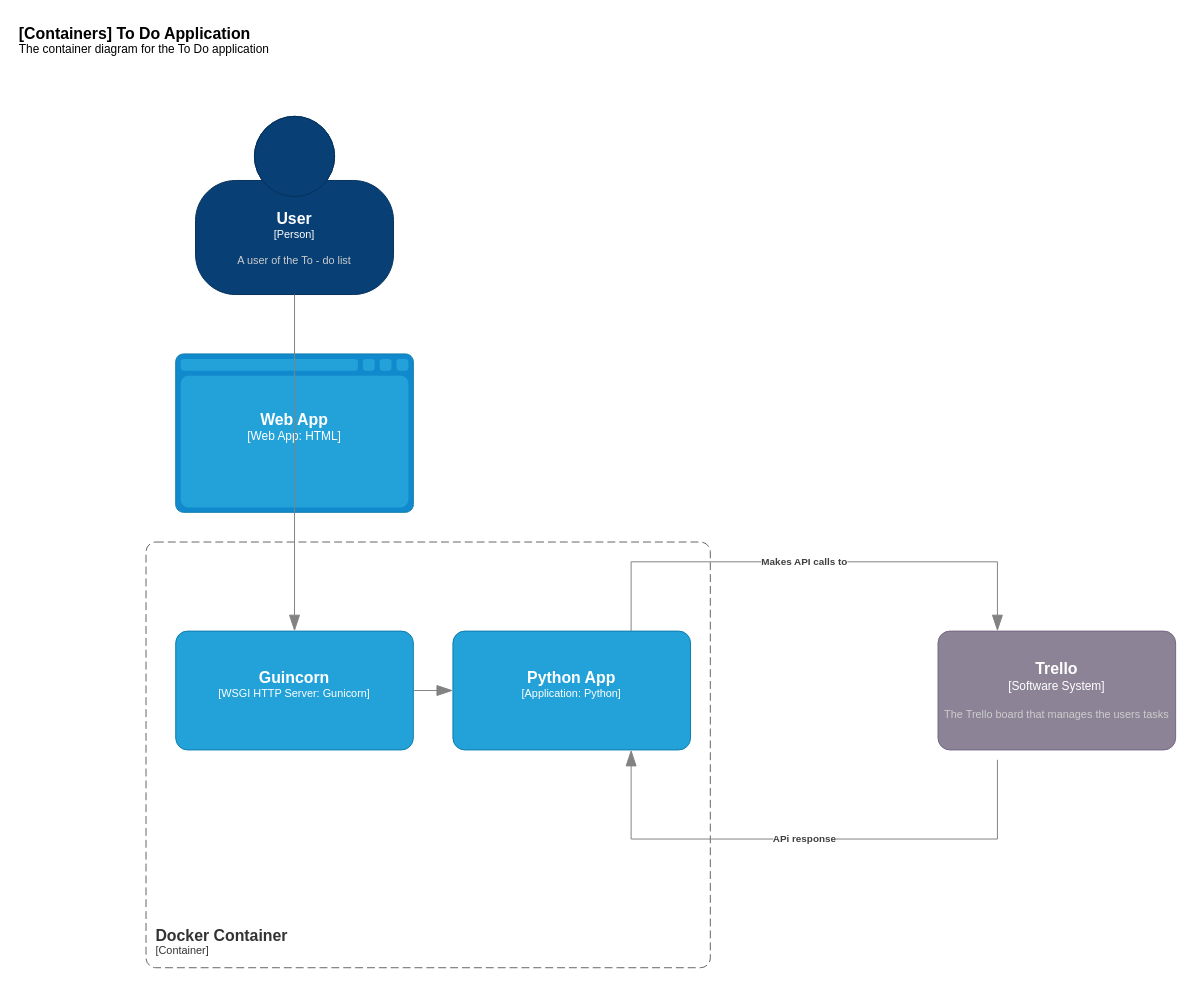
Before: page "Container Diagram" (2 of 3) of context_diagram.drawio in shaylipatel/DevOps-Course-Starter, a draw.io diagram. Source tidied: cells renumbered, new cells numbered last; positions are measured from the earlier drawing's top-left corner, leaving out a move shared by most shapes. Both pictures are drawn from the tidied source at 99%, with x=0, y=0 at pixel (17, 17).
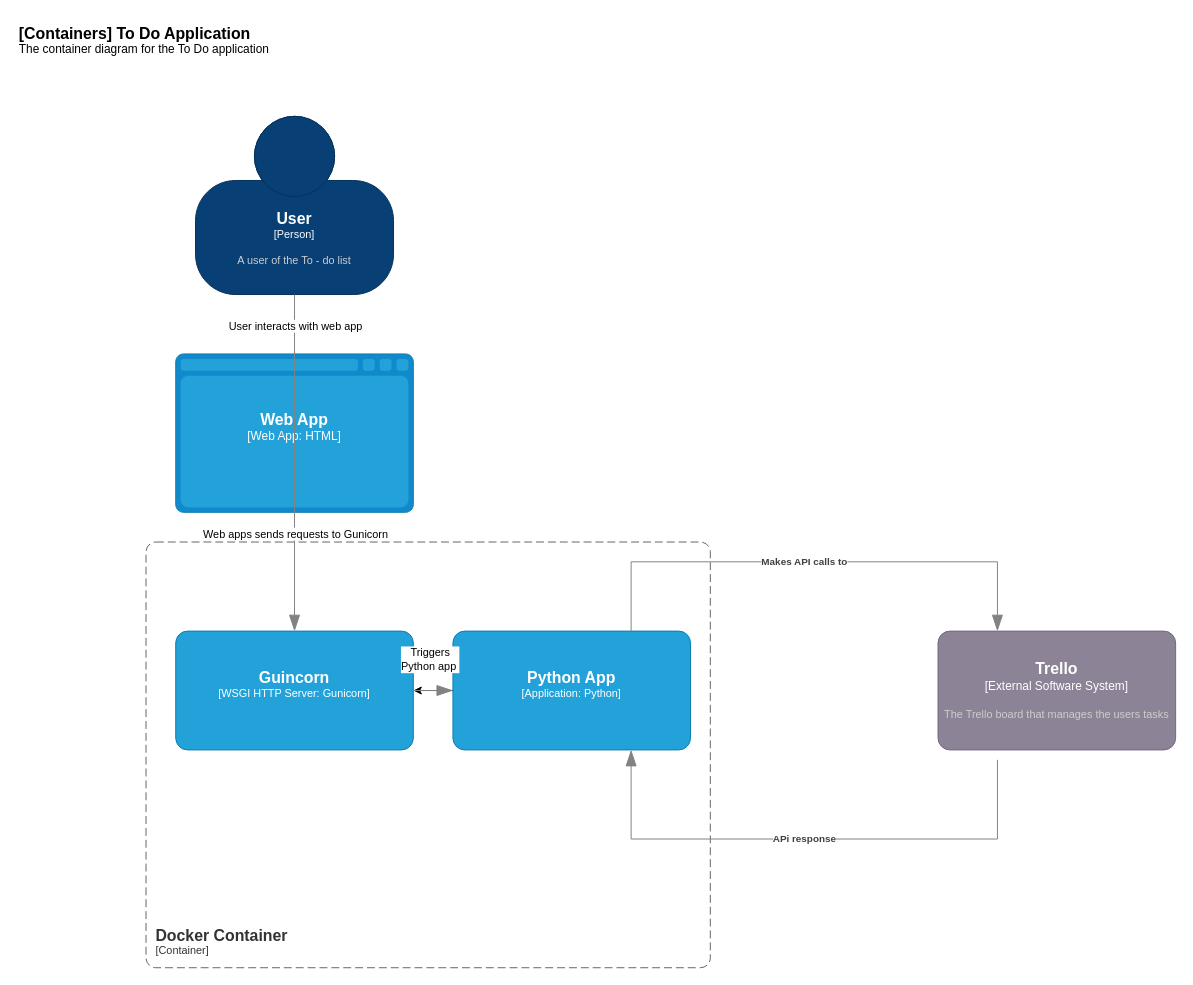
The same diagram, later.

Unchanged cells that the change refers to:
```xml
<object id="6" label="&lt;font style=&quot;font-size: 16px&quot;&gt;&lt;b&gt;%c4Name%&lt;/b&gt;&lt;/font&gt;&lt;div&gt;[%c4Type%: %c4Technology%]&lt;/div&gt;&lt;br&gt;&lt;div&gt;&lt;font style=&quot;font-size: 11px&quot;&gt;&lt;font color=&quot;#E6E6E6&quot;&gt;%c4Description%&lt;/font&gt;&lt;/div&gt;" c4Description="" c4Name="Guincorn" c4Technology="Gunicorn" c4Type="WSGI HTTP Server" placeholders="1">
  <mxCell style="rounded=1;whiteSpace=wrap;html=1;fontSize=11;labelBackgroundColor=none;fillColor=#23A2D9;fontColor=#ffffff;align=center;arcSize=10;strokeColor=#0E7DAD;points=[[0.25,0,0],[0.5,0,0],[0.75,0,0],[1,0.25,0],[1,0.5,0],[1,0.75,0],[0.75,1,0],[0.5,1,0],[0.25,1,0],[0,0.75,0],[0,0.5,0],[0,0.25,0]];" parent="1" vertex="1">
    <mxGeometry x="160" y="620" width="240" height="120" as="geometry" />
  </mxCell>
</object>
<object id="7" label="&lt;font style=&quot;font-size: 16px&quot;&gt;&lt;b&gt;%c4Name%&lt;/b&gt;&lt;/font&gt;&lt;div&gt;[%c4Type%: %c4Technology%]&lt;/div&gt;&lt;br&gt;&lt;div&gt;&lt;font style=&quot;font-size: 11px&quot;&gt;&lt;font color=&quot;#E6E6E6&quot;&gt;%c4Description%&lt;/font&gt;&lt;/div&gt;" c4Description="" c4Name="Python App" c4Technology="Python" c4Type="Application" placeholders="1">
  <mxCell style="rounded=1;whiteSpace=wrap;html=1;fontSize=11;labelBackgroundColor=none;fillColor=#23A2D9;fontColor=#ffffff;align=center;arcSize=10;strokeColor=#0E7DAD;points=[[0.25,0,0],[0.5,0,0],[0.75,0,0],[1,0.25,0],[1,0.5,0],[1,0.75,0],[0.75,1,0],[0.5,1,0],[0.25,1,0],[0,0.75,0],[0,0.5,0],[0,0.25,0]];" parent="1" vertex="1">
    <mxGeometry x="440" y="620" width="240" height="120" as="geometry" />
  </mxCell>
</object>
<mxCell id="11" style="endArrow=blockThin;html=1;fontSize=10;fontColor=#404040;strokeWidth=1;endFill=1;strokeColor=#828282;elbow=vertical;endSize=14;startSize=14;jumpStyle=arc;jumpSize=16;rounded=0;edgeStyle=orthogonalEdgeStyle;exitX=1;exitY=0.5;exitDx=0;exitDy=0;exitPerimeter=0;" parent="1" edge="1" source="6">
  <mxGeometry relative="1" as="geometry">
    <mxPoint x="440" y="680" as="targetPoint" />
  </mxGeometry>
</mxCell>
<mxCell id="12" style="endArrow=blockThin;html=1;fontSize=10;fontColor=#404040;strokeWidth=1;endFill=1;strokeColor=#828282;elbow=vertical;endSize=14;startSize=14;jumpStyle=arc;jumpSize=16;rounded=0;edgeStyle=orthogonalEdgeStyle;exitX=0.5;exitY=1;exitDx=0;exitDy=0;exitPerimeter=0;entryX=0.5;entryY=0;entryDx=0;entryDy=0;entryPerimeter=0;" parent="1" edge="1" source="3" target="6">
  <mxGeometry relative="1" as="geometry" />
</mxCell>
```

Diff of the diagram source:
```diff
@@
+    <mxCell id="13" style="edgeStyle=orthogonalEdgeStyle;rounded=0;jettySize=auto;html=1;" parent="1" edge="1" source="7" target="6">
+      <mxGeometry relative="1" as="geometry" />
+    </mxCell>
@@
-    <object id="8" label="&lt;font style=&quot;font-size: 16px&quot;&gt;&lt;b&gt;%c4Name%&lt;/b&gt;&lt;/font&gt;&lt;div&gt;[%c4Type%]&lt;/div&gt;&lt;br&gt;&lt;div&gt;&lt;font style=&quot;font-size: 11px&quot;&gt;&lt;font color=&quot;#cccccc&quot;&gt;%c4Description%&lt;/font&gt;&lt;/div&gt;" c4Description="The Trello board that manages the users tasks" c4Name="Trello" c4Type="Software System" placeholders="1">
+    <object id="8" label="&lt;font style=&quot;font-size: 16px&quot;&gt;&lt;b&gt;%c4Name%&lt;/b&gt;&lt;/font&gt;&lt;div&gt;[%c4Type%]&lt;/div&gt;&lt;br&gt;&lt;div&gt;&lt;font style=&quot;font-size: 11px&quot;&gt;&lt;font color=&quot;#cccccc&quot;&gt;%c4Description%&lt;/font&gt;&lt;/div&gt;" c4Description="The Trello board that manages the users tasks" c4Name="Trello" c4Type="External Software System" placeholders="1">
       <mxCell style="rounded=1;whiteSpace=wrap;html=1;labelBackgroundColor=none;fillColor=#8C8496;fontColor=#ffffff;align=center;arcSize=10;strokeColor=#736782;points=[[0.25,0,0],[0.5,0,0],[0.75,0,0],[1,0.25,0],[1,0.5,0],[1,0.75,0],[0.75,1,0],[0.5,1,0],[0.25,1,0],[0,0.75,0],[0,0.5,0],[0,0.25,0]];" parent="1" vertex="1">
         <mxGeometry x="930" y="620" width="240" height="120" as="geometry" />
       </mxCell>
     </object>
@@
+    <mxCell id="14" value="Triggers&lt;div&gt;Python app&amp;nbsp;&lt;/div&gt;" style="edgeLabel;html=1;align=center;verticalAlign=middle;" parent="11" vertex="1">
+      <mxGeometry x="0.01" y="-2" relative="1" as="geometry">
+        <mxPoint x="-2" y="-32" as="offset" />
+      </mxGeometry>
+    </mxCell>
@@
+    <mxCell id="15" value="User interacts with web app" style="edgeLabel;html=1;align=center;verticalAlign=middle;" parent="12" vertex="1">
+      <mxGeometry x="-0.09" relative="1" as="geometry">
+        <mxPoint y="-124" as="offset" />
+      </mxGeometry>
+    </mxCell>
+    <mxCell id="16" value="Web apps sends requests to Gunicorn" style="edgeLabel;html=1;align=center;verticalAlign=middle;" parent="12" vertex="1">
+      <mxGeometry x="0.42" relative="1" as="geometry" />
+    </mxCell>
```
